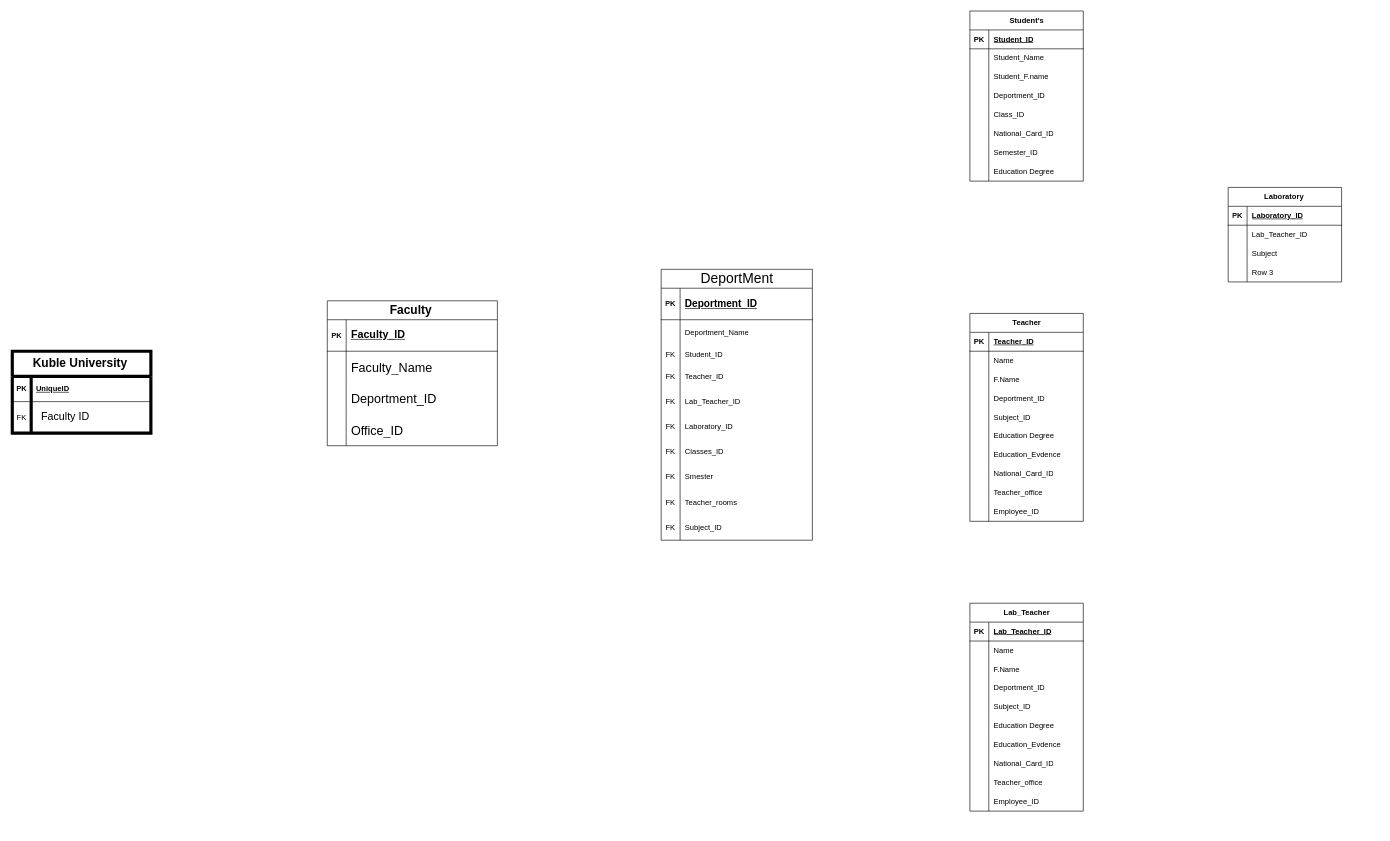
Before: Kuble University Er .drawio in ZakiMoradi/ICT_kuble_university, a draw.io diagram. Source tidied: cells renumbered, new cells numbered last; positions are measured from the earlier drawing's top-left corner, leaving out a move shared by most shapes. Both pictures are drawn from the tidied source at 63%, with x=0, y=0 at pixel (12, 11).
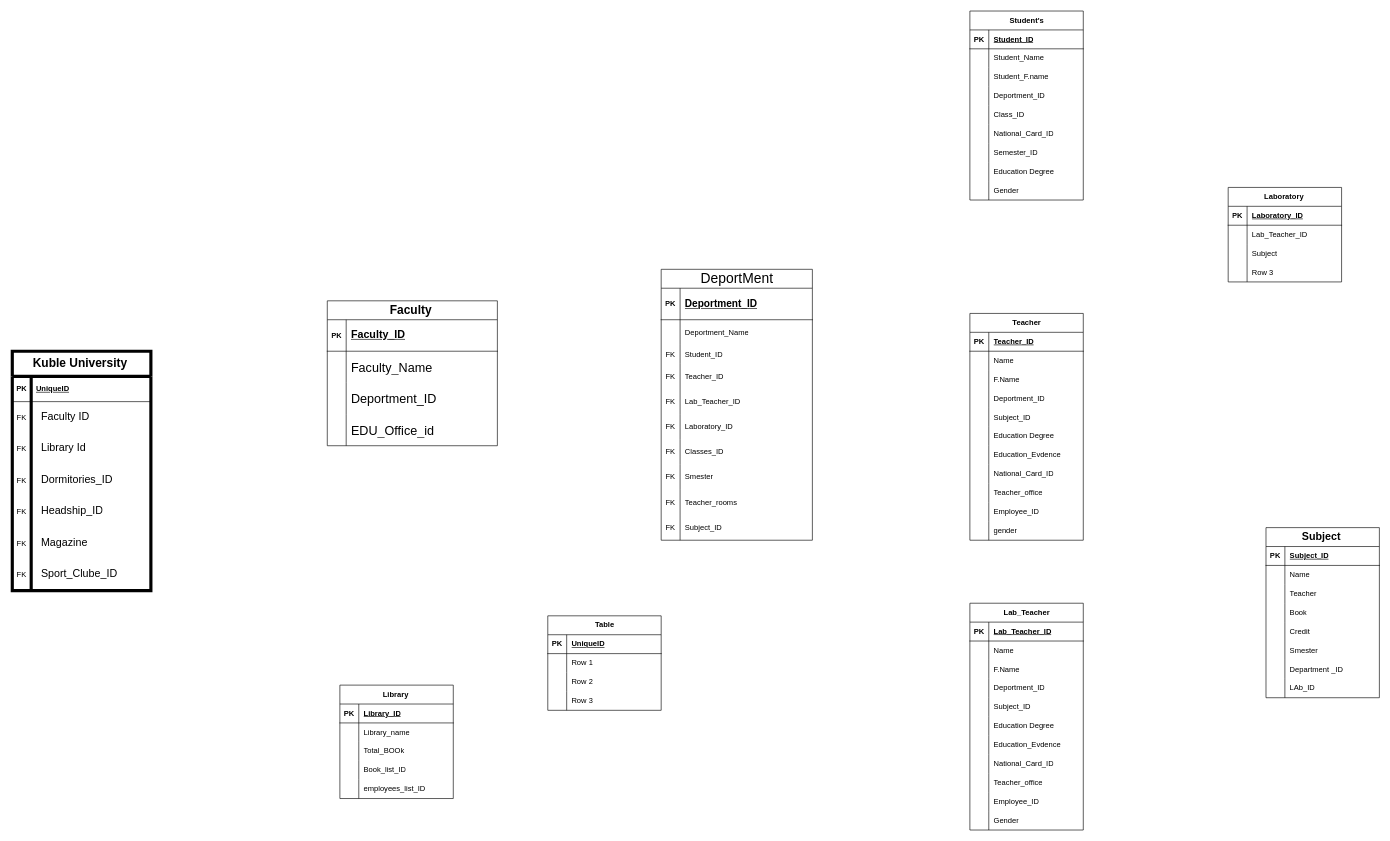
Above is the later version.

The change refers to these unchanged cells:
```xml
<mxCell id="19" style="shape=tableRow;horizontal=0;startSize=0;swimlaneHead=0;swimlaneBody=0;fillColor=none;top=0;left=0;right=0;bottom=0;" parent="9" vertex="1">
  <mxGeometry y="180" width="270" height="50" as="geometry" />
</mxCell>
```

Diff of the diagram source:
```diff
@@
     <mxCell id="2" value="&lt;font style=&quot;font-size: 19px;&quot;&gt;Kuble University&amp;nbsp;&lt;/font&gt;" style="shape=table;startSize=40;childLayout=tableLayout;rowLines=0;fontStyle=1;align=center;html=1;strokeWidth=5;" parent="1" vertex="1">
-      <mxGeometry y="540" width="220" height="130" as="geometry" />
+      <mxGeometry y="540" width="220" height="380" as="geometry" />
     </mxCell>
@@
+    <mxCell id="153" style="shape=tableRow;horizontal=0;startSize=0;swimlaneHead=0;swimlaneBody=0;fillColor=none;top=0;left=0;right=0;bottom=0;" parent="2" vertex="1">
+      <mxGeometry y="130" width="220" height="50" as="geometry" />
+    </mxCell>
+    <mxCell id="154" value="FK" style="shape=partialRectangle;fillColor=none;top=0;left=0;bottom=0;right=0;overflow=hidden;whiteSpace=wrap;html=1;" parent="153" vertex="1">
+      <mxGeometry width="30" height="50" as="geometry" />
+    </mxCell>
+    <mxCell id="155" value="Library Id" style="shape=partialRectangle;fillColor=none;top=0;left=0;bottom=0;right=0;align=left;spacingLeft=9;overflow=hidden;whiteSpace=wrap;html=1;spacing=7;spacingBottom=2;fontSize=17;" parent="153" vertex="1">
+      <mxGeometry x="30" width="190" height="50" as="geometry" />
+    </mxCell>
+    <mxCell id="156" style="shape=tableRow;horizontal=0;startSize=0;swimlaneHead=0;swimlaneBody=0;fillColor=none;top=0;left=0;right=0;bottom=0;" parent="2" vertex="1">
+      <mxGeometry y="180" width="220" height="50" as="geometry" />
+    </mxCell>
+    <mxCell id="157" value="FK" style="shape=partialRectangle;fillColor=none;top=0;left=0;bottom=0;right=0;overflow=hidden;whiteSpace=wrap;html=1;" parent="156" vertex="1">
+      <mxGeometry width="30" height="50" as="geometry" />
+    </mxCell>
+    <mxCell id="158" value="Dormitories_ID" style="shape=partialRectangle;fillColor=none;top=0;left=0;bottom=0;right=0;align=left;spacingLeft=9;overflow=hidden;whiteSpace=wrap;html=1;spacing=7;spacingBottom=2;fontSize=17;" parent="156" vertex="1">
+      <mxGeometry x="30" width="190" height="50" as="geometry" />
+    </mxCell>
+    <mxCell id="159" style="shape=tableRow;horizontal=0;startSize=0;swimlaneHead=0;swimlaneBody=0;fillColor=none;top=0;left=0;right=0;bottom=0;" parent="2" vertex="1">
+      <mxGeometry y="230" width="220" height="50" as="geometry" />
+    </mxCell>
+    <mxCell id="160" value="FK" style="shape=partialRectangle;fillColor=none;top=0;left=0;bottom=0;right=0;overflow=hidden;whiteSpace=wrap;html=1;" parent="159" vertex="1">
+      <mxGeometry width="30" height="50" as="geometry" />
+    </mxCell>
+    <mxCell id="161" value="Headship_ID" style="shape=partialRectangle;fillColor=none;top=0;left=0;bottom=0;right=0;align=left;spacingLeft=9;overflow=hidden;whiteSpace=wrap;html=1;spacing=7;spacingBottom=2;fontSize=17;" parent="159" vertex="1">
+      <mxGeometry x="30" width="190" height="50" as="geometry" />
+    </mxCell>
+    <mxCell id="162" style="shape=tableRow;horizontal=0;startSize=0;swimlaneHead=0;swimlaneBody=0;fillColor=none;top=0;left=0;right=0;bottom=0;" parent="2" vertex="1">
+      <mxGeometry y="280" width="220" height="50" as="geometry" />
+    </mxCell>
+    <mxCell id="163" value="FK" style="shape=partialRectangle;fillColor=none;top=0;left=0;bottom=0;right=0;overflow=hidden;whiteSpace=wrap;html=1;" parent="162" vertex="1">
+      <mxGeometry width="30" height="50" as="geometry" />
+    </mxCell>
+    <mxCell id="164" value="Magazine&amp;nbsp;" style="shape=partialRectangle;fillColor=none;top=0;left=0;bottom=0;right=0;align=left;spacingLeft=9;overflow=hidden;whiteSpace=wrap;html=1;spacing=7;spacingBottom=2;fontSize=17;" parent="162" vertex="1">
+      <mxGeometry x="30" width="190" height="50" as="geometry" />
+    </mxCell>
+    <mxCell id="165" style="shape=tableRow;horizontal=0;startSize=0;swimlaneHead=0;swimlaneBody=0;fillColor=none;top=0;left=0;right=0;bottom=0;" parent="2" vertex="1">
+      <mxGeometry y="330" width="220" height="50" as="geometry" />
+    </mxCell>
+    <mxCell id="166" value="FK" style="shape=partialRectangle;fillColor=none;top=0;left=0;bottom=0;right=0;overflow=hidden;whiteSpace=wrap;html=1;" parent="165" vertex="1">
+      <mxGeometry width="30" height="50" as="geometry" />
+    </mxCell>
+    <mxCell id="167" value="Sport_Clube_ID" style="shape=partialRectangle;fillColor=none;top=0;left=0;bottom=0;right=0;align=left;spacingLeft=9;overflow=hidden;whiteSpace=wrap;html=1;spacing=7;spacingBottom=2;fontSize=17;" parent="165" vertex="1">
+      <mxGeometry x="30" width="190" height="50" as="geometry" />
+    </mxCell>
@@
-    <mxCell id="21" value="Office_ID" style="shape=partialRectangle;fillColor=none;top=0;left=0;bottom=0;right=0;align=left;spacingLeft=6;overflow=hidden;whiteSpace=wrap;html=1;fontSize=20;" parent="19" vertex="1">
+    <mxCell id="21" value="EDU_Office_id" style="shape=partialRectangle;fillColor=none;top=0;left=0;bottom=0;right=0;align=left;spacingLeft=6;overflow=hidden;whiteSpace=wrap;html=1;fontSize=20;" parent="19" vertex="1">
       <mxGeometry x="30" width="240" height="50" as="geometry" />
     </mxCell>
@@
     <mxCell id="53" value="Student's" style="shape=table;startSize=30;childLayout=tableLayout;rowLines=0;fontStyle=1;align=center;html=1;" parent="1" vertex="1">
-      <mxGeometry x="1520" width="180" height="270" as="geometry" />
+      <mxGeometry x="1520" width="180" height="300" as="geometry" />
     </mxCell>
@@
+    <mxCell id="168" style="shape=tableRow;horizontal=0;startSize=0;swimlaneHead=0;swimlaneBody=0;fillColor=none;top=0;left=0;right=0;bottom=0;" parent="53" vertex="1">
+      <mxGeometry y="270" width="180" height="30" as="geometry" />
+    </mxCell>
+    <mxCell id="169" style="shape=partialRectangle;fillColor=none;top=0;left=0;bottom=0;right=0;overflow=hidden;whiteSpace=wrap;html=1;" parent="168" vertex="1">
+      <mxGeometry width="30" height="30" as="geometry" />
+    </mxCell>
+    <mxCell id="170" value="Gender" style="shape=partialRectangle;fillColor=none;top=0;left=0;bottom=0;right=0;align=left;spacingLeft=6;overflow=hidden;whiteSpace=wrap;html=1;" parent="168" vertex="1">
+      <mxGeometry x="30" width="150" height="30" as="geometry" />
+    </mxCell>
     <mxCell id="78" value="Teacher" style="shape=table;startSize=30;childLayout=tableLayout;rowLines=0;fontStyle=1;align=center;html=1;" parent="1" vertex="1">
-      <mxGeometry x="1520" y="480" width="180" height="330" as="geometry" />
+      <mxGeometry x="1520" y="480" width="180" height="360" as="geometry" />
     </mxCell>
@@
+    <mxCell id="171" style="shape=tableRow;horizontal=0;startSize=0;swimlaneHead=0;swimlaneBody=0;fillColor=none;top=0;left=0;right=0;bottom=0;" parent="78" vertex="1">
+      <mxGeometry y="330" width="180" height="30" as="geometry" />
+    </mxCell>
+    <mxCell id="172" style="shape=partialRectangle;fillColor=none;top=0;left=0;bottom=0;right=0;overflow=hidden;whiteSpace=wrap;html=1;" parent="171" vertex="1">
+      <mxGeometry width="30" height="30" as="geometry" />
+    </mxCell>
+    <mxCell id="173" value="gender" style="shape=partialRectangle;fillColor=none;top=0;left=0;bottom=0;right=0;align=left;spacingLeft=6;overflow=hidden;whiteSpace=wrap;html=1;" parent="171" vertex="1">
+      <mxGeometry x="30" width="150" height="30" as="geometry" />
+    </mxCell>
     <mxCell id="109" value="Lab_Teacher" style="shape=table;startSize=30;childLayout=tableLayout;rowLines=0;fontStyle=1;align=center;html=1;" parent="1" vertex="1">
-      <mxGeometry x="1520" y="940" width="180" height="330" as="geometry" />
+      <mxGeometry x="1520" y="940" width="180" height="360" as="geometry" />
     </mxCell>
@@
+    <mxCell id="174" style="shape=tableRow;horizontal=0;startSize=0;swimlaneHead=0;swimlaneBody=0;fillColor=none;top=0;left=0;right=0;bottom=0;" parent="109" vertex="1">
+      <mxGeometry y="330" width="180" height="30" as="geometry" />
+    </mxCell>
+    <mxCell id="175" style="shape=partialRectangle;fillColor=none;top=0;left=0;bottom=0;right=0;overflow=hidden;whiteSpace=wrap;html=1;" parent="174" vertex="1">
+      <mxGeometry width="30" height="30" as="geometry" />
+    </mxCell>
+    <mxCell id="176" value="Gender" style="shape=partialRectangle;fillColor=none;top=0;left=0;bottom=0;right=0;align=left;spacingLeft=6;overflow=hidden;whiteSpace=wrap;html=1;" parent="174" vertex="1">
+      <mxGeometry x="30" width="150" height="30" as="geometry" />
+    </mxCell>
@@
+    <mxCell id="177" value="&lt;font style=&quot;font-size: 17px;&quot;&gt;Subject&amp;nbsp;&lt;/font&gt;" style="shape=table;startSize=30;childLayout=tableLayout;rowLines=0;fontStyle=1;align=center;html=1;" parent="1" vertex="1">
+      <mxGeometry x="1990" y="820" width="180" height="270" as="geometry" />
+    </mxCell>
+    <mxCell id="178" style="shape=tableRow;horizontal=0;startSize=0;swimlaneHead=0;swimlaneBody=0;fillColor=none;top=0;left=0;right=0;bottom=1;" parent="177" vertex="1">
+      <mxGeometry y="30" width="180" height="30" as="geometry" />
+    </mxCell>
+    <mxCell id="179" value="PK" style="shape=partialRectangle;fillColor=none;top=0;left=0;bottom=0;right=0;fontStyle=1;overflow=hidden;whiteSpace=wrap;html=1;" parent="178" vertex="1">
+      <mxGeometry width="30" height="30" as="geometry" />
+    </mxCell>
+    <mxCell id="180" value="Subject_ID" style="shape=partialRectangle;fillColor=none;top=0;left=0;bottom=0;right=0;align=left;spacingLeft=6;fontStyle=5;overflow=hidden;whiteSpace=wrap;html=1;" parent="178" vertex="1">
+      <mxGeometry x="30" width="150" height="30" as="geometry" />
+    </mxCell>
+    <mxCell id="181" style="shape=tableRow;horizontal=0;startSize=0;swimlaneHead=0;swimlaneBody=0;fillColor=none;top=0;left=0;right=0;bottom=0;" parent="177" vertex="1">
+      <mxGeometry y="60" width="180" height="30" as="geometry" />
+    </mxCell>
+    <mxCell id="182" style="shape=partialRectangle;fillColor=none;top=0;left=0;bottom=0;right=0;overflow=hidden;whiteSpace=wrap;html=1;" parent="181" vertex="1">
+      <mxGeometry width="30" height="30" as="geometry" />
+    </mxCell>
+    <mxCell id="183" value="Name" style="shape=partialRectangle;fillColor=none;top=0;left=0;bottom=0;right=0;align=left;spacingLeft=6;overflow=hidden;whiteSpace=wrap;html=1;" parent="181" vertex="1">
+      <mxGeometry x="30" width="150" height="30" as="geometry" />
+    </mxCell>
+    <mxCell id="184" style="shape=tableRow;horizontal=0;startSize=0;swimlaneHead=0;swimlaneBody=0;fillColor=none;top=0;left=0;right=0;bottom=0;" parent="177" vertex="1">
+      <mxGeometry y="90" width="180" height="30" as="geometry" />
+    </mxCell>
+    <mxCell id="185" style="shape=partialRectangle;fillColor=none;top=0;left=0;bottom=0;right=0;overflow=hidden;whiteSpace=wrap;html=1;" parent="184" vertex="1">
+      <mxGeometry width="30" height="30" as="geometry" />
+    </mxCell>
+    <mxCell id="186" value="Teacher" style="shape=partialRectangle;fillColor=none;top=0;left=0;bottom=0;right=0;align=left;spacingLeft=6;overflow=hidden;whiteSpace=wrap;html=1;" parent="184" vertex="1">
+      <mxGeometry x="30" width="150" height="30" as="geometry" />
+    </mxCell>
+    <mxCell id="187" style="shape=tableRow;horizontal=0;startSize=0;swimlaneHead=0;swimlaneBody=0;fillColor=none;top=0;left=0;right=0;bottom=0;" parent="177" vertex="1">
+      <mxGeometry y="120" width="180" height="30" as="geometry" />
+    </mxCell>
+    <mxCell id="188" style="shape=partialRectangle;fillColor=none;top=0;left=0;bottom=0;right=0;overflow=hidden;whiteSpace=wrap;html=1;" parent="187" vertex="1">
+      <mxGeometry width="30" height="30" as="geometry" />
+    </mxCell>
+    <mxCell id="189" value="Book" style="shape=partialRectangle;fillColor=none;top=0;left=0;bottom=0;right=0;align=left;spacingLeft=6;overflow=hidden;whiteSpace=wrap;html=1;" parent="187" vertex="1">
+      <mxGeometry x="30" width="150" height="30" as="geometry" />
+    </mxCell>
+    <mxCell id="190" style="shape=tableRow;horizontal=0;startSize=0;swimlaneHead=0;swimlaneBody=0;fillColor=none;top=0;left=0;right=0;bottom=0;" parent="177" vertex="1">
+      <mxGeometry y="150" width="180" height="30" as="geometry" />
+    </mxCell>
+    <mxCell id="191" style="shape=partialRectangle;fillColor=none;top=0;left=0;bottom=0;right=0;overflow=hidden;whiteSpace=wrap;html=1;" parent="190" vertex="1">
+      <mxGeometry width="30" height="30" as="geometry" />
+    </mxCell>
+    <mxCell id="192" value="Credit&amp;nbsp;" style="shape=partialRectangle;fillColor=none;top=0;left=0;bottom=0;right=0;align=left;spacingLeft=6;overflow=hidden;whiteSpace=wrap;html=1;" parent="190" vertex="1">
+      <mxGeometry x="30" width="150" height="30" as="geometry" />
+    </mxCell>
+    <mxCell id="193" style="shape=tableRow;horizontal=0;startSize=0;swimlaneHead=0;swimlaneBody=0;fillColor=none;top=0;left=0;right=0;bottom=0;" parent="177" vertex="1">
+      <mxGeometry y="180" width="180" height="30" as="geometry" />
+    </mxCell>
+    <mxCell id="194" style="shape=partialRectangle;fillColor=none;top=0;left=0;bottom=0;right=0;overflow=hidden;whiteSpace=wrap;html=1;" parent="193" vertex="1">
+      <mxGeometry width="30" height="30" as="geometry" />
+    </mxCell>
+    <mxCell id="195" value="Smester" style="shape=partialRectangle;fillColor=none;top=0;left=0;bottom=0;right=0;align=left;spacingLeft=6;overflow=hidden;whiteSpace=wrap;html=1;" parent="193" vertex="1">
+      <mxGeometry x="30" width="150" height="30" as="geometry" />
+    </mxCell>
+    <mxCell id="196" style="shape=tableRow;horizontal=0;startSize=0;swimlaneHead=0;swimlaneBody=0;fillColor=none;top=0;left=0;right=0;bottom=0;" parent="177" vertex="1">
+      <mxGeometry y="210" width="180" height="30" as="geometry" />
+    </mxCell>
+    <mxCell id="197" style="shape=partialRectangle;fillColor=none;top=0;left=0;bottom=0;right=0;overflow=hidden;whiteSpace=wrap;html=1;" parent="196" vertex="1">
+      <mxGeometry width="30" height="30" as="geometry" />
+    </mxCell>
+    <mxCell id="198" value="Department _ID" style="shape=partialRectangle;fillColor=none;top=0;left=0;bottom=0;right=0;align=left;spacingLeft=6;overflow=hidden;whiteSpace=wrap;html=1;" parent="196" vertex="1">
+      <mxGeometry x="30" width="150" height="30" as="geometry" />
+    </mxCell>
+    <mxCell id="199" style="shape=tableRow;horizontal=0;startSize=0;swimlaneHead=0;swimlaneBody=0;fillColor=none;top=0;left=0;right=0;bottom=0;" parent="177" vertex="1">
+      <mxGeometry y="240" width="180" height="30" as="geometry" />
+    </mxCell>
+    <mxCell id="200" style="shape=partialRectangle;fillColor=none;top=0;left=0;bottom=0;right=0;overflow=hidden;whiteSpace=wrap;html=1;" parent="199" vertex="1">
+      <mxGeometry width="30" height="30" as="geometry" />
+    </mxCell>
+    <mxCell id="201" value="LAb_ID" style="shape=partialRectangle;fillColor=none;top=0;left=0;bottom=0;right=0;align=left;spacingLeft=6;overflow=hidden;whiteSpace=wrap;html=1;" parent="199" vertex="1">
+      <mxGeometry x="30" width="150" height="30" as="geometry" />
+    </mxCell>
+    <mxCell id="202" value="Library&amp;nbsp;" style="shape=table;startSize=30;childLayout=tableLayout;rowLines=0;fontStyle=1;align=center;html=1;" parent="1" vertex="1">
+      <mxGeometry x="520" y="1070" width="180" height="180" as="geometry" />
+    </mxCell>
+    <mxCell id="203" style="shape=tableRow;horizontal=0;startSize=0;swimlaneHead=0;swimlaneBody=0;fillColor=none;top=0;left=0;right=0;bottom=1;" parent="202" vertex="1">
+      <mxGeometry y="30" width="180" height="30" as="geometry" />
+    </mxCell>
+    <mxCell id="204" value="PK" style="shape=partialRectangle;fillColor=none;top=0;left=0;bottom=0;right=0;fontStyle=1;overflow=hidden;whiteSpace=wrap;html=1;" parent="203" vertex="1">
+      <mxGeometry width="30" height="30" as="geometry" />
+    </mxCell>
+    <mxCell id="205" value="Library_ID" style="shape=partialRectangle;fillColor=none;top=0;left=0;bottom=0;right=0;align=left;spacingLeft=6;fontStyle=5;overflow=hidden;whiteSpace=wrap;html=1;" parent="203" vertex="1">
+      <mxGeometry x="30" width="150" height="30" as="geometry" />
+    </mxCell>
+    <mxCell id="206" style="shape=tableRow;horizontal=0;startSize=0;swimlaneHead=0;swimlaneBody=0;fillColor=none;top=0;left=0;right=0;bottom=0;" parent="202" vertex="1">
+      <mxGeometry y="60" width="180" height="30" as="geometry" />
+    </mxCell>
+    <mxCell id="207" style="shape=partialRectangle;fillColor=none;top=0;left=0;bottom=0;right=0;overflow=hidden;whiteSpace=wrap;html=1;" parent="206" vertex="1">
+      <mxGeometry width="30" height="30" as="geometry" />
+    </mxCell>
+    <mxCell id="208" value="Library_name" style="shape=partialRectangle;fillColor=none;top=0;left=0;bottom=0;right=0;align=left;spacingLeft=6;overflow=hidden;whiteSpace=wrap;html=1;" parent="206" vertex="1">
+      <mxGeometry x="30" width="150" height="30" as="geometry" />
+    </mxCell>
+    <mxCell id="209" style="shape=tableRow;horizontal=0;startSize=0;swimlaneHead=0;swimlaneBody=0;fillColor=none;top=0;left=0;right=0;bottom=0;" parent="202" vertex="1">
+      <mxGeometry y="90" width="180" height="30" as="geometry" />
+    </mxCell>
+    <mxCell id="210" style="shape=partialRectangle;fillColor=none;top=0;left=0;bottom=0;right=0;overflow=hidden;whiteSpace=wrap;html=1;" parent="209" vertex="1">
+      <mxGeometry width="30" height="30" as="geometry" />
+    </mxCell>
+    <mxCell id="211" value="Total_BOOk" style="shape=partialRectangle;fillColor=none;top=0;left=0;bottom=0;right=0;align=left;spacingLeft=6;overflow=hidden;whiteSpace=wrap;html=1;" parent="209" vertex="1">
+      <mxGeometry x="30" width="150" height="30" as="geometry" />
+    </mxCell>
+    <mxCell id="212" style="shape=tableRow;horizontal=0;startSize=0;swimlaneHead=0;swimlaneBody=0;fillColor=none;top=0;left=0;right=0;bottom=0;" parent="202" vertex="1">
+      <mxGeometry y="120" width="180" height="30" as="geometry" />
+    </mxCell>
+    <mxCell id="213" style="shape=partialRectangle;fillColor=none;top=0;left=0;bottom=0;right=0;overflow=hidden;whiteSpace=wrap;html=1;" parent="212" vertex="1">
+      <mxGeometry width="30" height="30" as="geometry" />
+    </mxCell>
+    <mxCell id="214" value="Book_list_ID" style="shape=partialRectangle;fillColor=none;top=0;left=0;bottom=0;right=0;align=left;spacingLeft=6;overflow=hidden;whiteSpace=wrap;html=1;" parent="212" vertex="1">
+      <mxGeometry x="30" width="150" height="30" as="geometry" />
+    </mxCell>
+    <mxCell id="215" style="shape=tableRow;horizontal=0;startSize=0;swimlaneHead=0;swimlaneBody=0;fillColor=none;top=0;left=0;right=0;bottom=0;" parent="202" vertex="1">
+      <mxGeometry y="150" width="180" height="30" as="geometry" />
+    </mxCell>
+    <mxCell id="216" style="shape=partialRectangle;fillColor=none;top=0;left=0;bottom=0;right=0;overflow=hidden;whiteSpace=wrap;html=1;" parent="215" vertex="1">
+      <mxGeometry width="30" height="30" as="geometry" />
+    </mxCell>
+    <mxCell id="217" value="employees_list_ID" style="shape=partialRectangle;fillColor=none;top=0;left=0;bottom=0;right=0;align=left;spacingLeft=6;overflow=hidden;whiteSpace=wrap;html=1;" parent="215" vertex="1">
+      <mxGeometry x="30" width="150" height="30" as="geometry" />
+    </mxCell>
+    <mxCell id="218" value="Table" style="shape=table;startSize=30;childLayout=tableLayout;rowLines=0;fontStyle=1;align=center;html=1;" parent="1" vertex="1">
+      <mxGeometry x="850" y="960" width="180" height="150" as="geometry" />
+    </mxCell>
+    <mxCell id="219" style="shape=tableRow;horizontal=0;startSize=0;swimlaneHead=0;swimlaneBody=0;fillColor=none;top=0;left=0;right=0;bottom=1;" parent="218" vertex="1">
+      <mxGeometry y="30" width="180" height="30" as="geometry" />
+    </mxCell>
+    <mxCell id="220" value="PK" style="shape=partialRectangle;fillColor=none;top=0;left=0;bottom=0;right=0;fontStyle=1;overflow=hidden;whiteSpace=wrap;html=1;" parent="219" vertex="1">
+      <mxGeometry width="30" height="30" as="geometry" />
+    </mxCell>
+    <mxCell id="221" value="UniqueID" style="shape=partialRectangle;fillColor=none;top=0;left=0;bottom=0;right=0;align=left;spacingLeft=6;fontStyle=5;overflow=hidden;whiteSpace=wrap;html=1;" parent="219" vertex="1">
+      <mxGeometry x="30" width="150" height="30" as="geometry" />
+    </mxCell>
+    <mxCell id="222" style="shape=tableRow;horizontal=0;startSize=0;swimlaneHead=0;swimlaneBody=0;fillColor=none;top=0;left=0;right=0;bottom=0;" parent="218" vertex="1">
+      <mxGeometry y="60" width="180" height="30" as="geometry" />
+    </mxCell>
+    <mxCell id="223" style="shape=partialRectangle;fillColor=none;top=0;left=0;bottom=0;right=0;overflow=hidden;whiteSpace=wrap;html=1;" parent="222" vertex="1">
+      <mxGeometry width="30" height="30" as="geometry" />
+    </mxCell>
+    <mxCell id="224" value="Row 1" style="shape=partialRectangle;fillColor=none;top=0;left=0;bottom=0;right=0;align=left;spacingLeft=6;overflow=hidden;whiteSpace=wrap;html=1;" parent="222" vertex="1">
+      <mxGeometry x="30" width="150" height="30" as="geometry" />
+    </mxCell>
+    <mxCell id="225" style="shape=tableRow;horizontal=0;startSize=0;swimlaneHead=0;swimlaneBody=0;fillColor=none;top=0;left=0;right=0;bottom=0;" parent="218" vertex="1">
+      <mxGeometry y="90" width="180" height="30" as="geometry" />
+    </mxCell>
+    <mxCell id="226" style="shape=partialRectangle;fillColor=none;top=0;left=0;bottom=0;right=0;overflow=hidden;whiteSpace=wrap;html=1;" parent="225" vertex="1">
+      <mxGeometry width="30" height="30" as="geometry" />
+    </mxCell>
+    <mxCell id="227" value="Row 2" style="shape=partialRectangle;fillColor=none;top=0;left=0;bottom=0;right=0;align=left;spacingLeft=6;overflow=hidden;whiteSpace=wrap;html=1;" parent="225" vertex="1">
+      <mxGeometry x="30" width="150" height="30" as="geometry" />
+    </mxCell>
+    <mxCell id="228" style="shape=tableRow;horizontal=0;startSize=0;swimlaneHead=0;swimlaneBody=0;fillColor=none;top=0;left=0;right=0;bottom=0;" parent="218" vertex="1">
+      <mxGeometry y="120" width="180" height="30" as="geometry" />
+    </mxCell>
+    <mxCell id="229" style="shape=partialRectangle;fillColor=none;top=0;left=0;bottom=0;right=0;overflow=hidden;whiteSpace=wrap;html=1;" parent="228" vertex="1">
+      <mxGeometry width="30" height="30" as="geometry" />
+    </mxCell>
+    <mxCell id="230" value="Row 3" style="shape=partialRectangle;fillColor=none;top=0;left=0;bottom=0;right=0;align=left;spacingLeft=6;overflow=hidden;whiteSpace=wrap;html=1;" parent="228" vertex="1">
+      <mxGeometry x="30" width="150" height="30" as="geometry" />
+    </mxCell>
```
